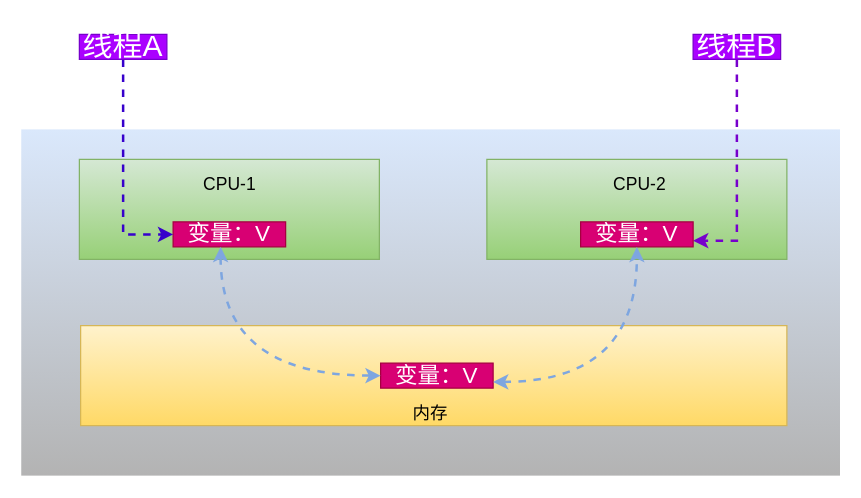
This is page "第 2 页" (2 of 5) of 并发编程的Bug源头/1.drawio from chenjiabing666/BlogImage, a draw.io file, before an edit. Source tidied: cells renumbered, new cells numbered last; positions are measured from the earlier drawing's top-left corner, leaving out a move shared by most shapes. Both pictures are drawn from the tidied source at 125%, with x=0, y=0 at pixel (20, 34).
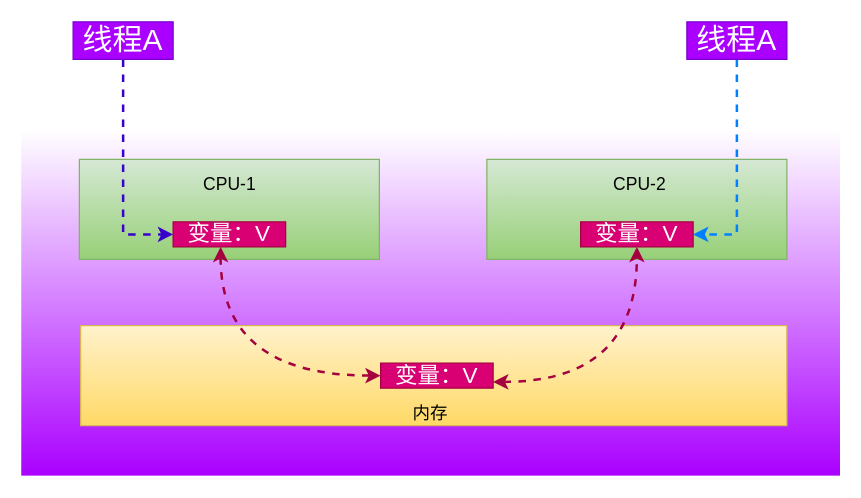
Above is the later version.

Diff of the diagram source:
```diff
@@
 <mxGraphModel>
   <root>
     <mxCell id="0" />
     <mxCell id="1" parent="0" />
-    <mxCell id="2" style="rounded=0;whiteSpace=wrap;html=1;gradientColor=#B3B3B3;fillColor=#dae8fc;strokeColor=none;" parent="1" vertex="1">
+    <mxCell id="2" style="rounded=0;whiteSpace=wrap;html=1;fillColor=#aa00ff;strokeColor=none;fontColor=#ffffff;gradientColor=#ffffff;gradientDirection=north;" parent="1" vertex="1">
       <mxGeometry x="0.5" y="76" width="655" height="277" as="geometry" />
     </mxCell>
     <mxCell id="3" style="rounded=0;whiteSpace=wrap;html=1;fillColor=#d5e8d4;strokeColor=#82b366;gradientColor=#97d077;" parent="1" vertex="1">
       <mxGeometry x="47" y="100" width="240" height="80" as="geometry" />
     </mxCell>
     <mxCell id="4" style="rounded=0;whiteSpace=wrap;html=1;fillColor=#d5e8d4;strokeColor=#82b366;gradientColor=#97d077;" parent="1" vertex="1">
       <mxGeometry x="373" y="100" width="240" height="80" as="geometry" />
     </mxCell>
     <mxCell id="5" style="rounded=0;whiteSpace=wrap;html=1;fillColor=#fff2cc;strokeColor=#d6b656;gradientColor=#ffd966;" parent="1" vertex="1">
       <mxGeometry x="48" y="233" width="565" height="80" as="geometry" />
     </mxCell>
     <mxCell id="6" value="&lt;font style=&quot;font-size: 14px&quot;&gt;CPU-1&lt;/font&gt;" style="text;html=1;strokeColor=none;fillColor=none;align=center;verticalAlign=middle;whiteSpace=wrap;rounded=0;" parent="1" vertex="1">
       <mxGeometry x="131.5" y="110" width="71" height="20" as="geometry" />
     </mxCell>
     <mxCell id="7" value="&lt;font style=&quot;font-size: 18px&quot;&gt;变量：V&lt;/font&gt;" style="text;html=1;strokeColor=#A50040;fillColor=#d80073;align=center;verticalAlign=middle;whiteSpace=wrap;rounded=0;fontColor=#ffffff;" parent="1" vertex="1">
       <mxGeometry x="122" y="150" width="90" height="20" as="geometry" />
     </mxCell>
     <mxCell id="8" value="&lt;font style=&quot;font-size: 18px&quot;&gt;变量：V&lt;/font&gt;" style="text;html=1;strokeColor=#A50040;fillColor=#d80073;align=center;verticalAlign=middle;whiteSpace=wrap;rounded=0;fontColor=#ffffff;" parent="1" vertex="1">
       <mxGeometry x="288" y="263" width="90" height="20" as="geometry" />
     </mxCell>
     <mxCell id="9" value="&lt;span style=&quot;font-size: 14px&quot;&gt;内存&lt;/span&gt;" style="text;html=1;strokeColor=none;fillColor=none;align=center;verticalAlign=middle;whiteSpace=wrap;rounded=0;" parent="1" vertex="1">
       <mxGeometry x="308" y="293" width="40" height="20" as="geometry" />
     </mxCell>
-    <mxCell id="10" style="edgeStyle=orthogonalEdgeStyle;rounded=0;jettySize=auto;html=1;entryX=0;entryY=0.5;entryDx=0;entryDy=0;dashed=1;strokeWidth=2;fillColor=#6a00ff;strokeColor=#3700CC;" parent="1" edge="1" source="11" target="7">
+    <mxCell id="10" style="edgeStyle=orthogonalEdgeStyle;rounded=0;jettySize=auto;html=1;entryX=0;entryY=0.5;entryDx=0;entryDy=0;dashed=1;strokeWidth=2;fillColor=#6a00ff;strokeColor=#3700CC;" parent="1" edge="1" target="7">
       <mxGeometry relative="1" as="geometry">
+        <mxPoint x="82" y="20" as="sourcePoint" />
         <Array as="points">
           <mxPoint x="82" y="160" />
         </Array>
       </mxGeometry>
     </mxCell>
-    <mxCell id="11" value="&lt;font style=&quot;font-size: 24px&quot;&gt;线程A&lt;/font&gt;" style="text;html=1;strokeColor=#7700CC;fillColor=#aa00ff;align=center;verticalAlign=middle;whiteSpace=wrap;rounded=0;fontColor=#ffffff;" parent="1" vertex="1">
-      <mxGeometry x="47" width="70" height="20" as="geometry" />
-    </mxCell>
-    <mxCell id="12" style="edgeStyle=orthogonalEdgeStyle;rounded=0;jettySize=auto;html=1;entryX=1;entryY=0.75;entryDx=0;entryDy=0;dashed=1;strokeWidth=2;fillColor=#aa00ff;strokeColor=#7700CC;" parent="1" edge="1" source="13" target="15">
-      <mxGeometry relative="1" as="geometry" />
-    </mxCell>
-    <mxCell id="13" value="&lt;font style=&quot;font-size: 24px&quot;&gt;线程B&lt;/font&gt;" style="text;html=1;strokeColor=#7700CC;fillColor=#aa00ff;align=center;verticalAlign=middle;whiteSpace=wrap;rounded=0;fontColor=#ffffff;" parent="1" vertex="1">
-      <mxGeometry x="538" width="70" height="20" as="geometry" />
-    </mxCell>
     <mxCell id="14" value="&lt;font style=&quot;font-size: 14px&quot;&gt;CPU-2&lt;/font&gt;" style="text;html=1;strokeColor=none;fillColor=none;align=center;verticalAlign=middle;whiteSpace=wrap;rounded=0;" parent="1" vertex="1">
       <mxGeometry x="473" y="110" width="45" height="20" as="geometry" />
     </mxCell>
     <mxCell id="15" value="&lt;font style=&quot;font-size: 18px&quot;&gt;变量：V&lt;/font&gt;" style="text;html=1;strokeColor=#A50040;fillColor=#d80073;align=center;verticalAlign=middle;whiteSpace=wrap;rounded=0;fontColor=#ffffff;" parent="1" vertex="1">
       <mxGeometry x="448" y="150" width="90" height="20" as="geometry" />
     </mxCell>
-    <mxCell id="16" style="endArrow=classic;startArrow=classic;html=1;dashed=1;strokeColor=#7EA6E0;strokeWidth=2;exitX=0.422;exitY=1;exitDx=0;exitDy=0;exitPerimeter=0;entryX=0;entryY=0.5;entryDx=0;entryDy=0;rounded=1;edgeStyle=orthogonalEdgeStyle;curved=1;" parent="1" edge="1" source="7" target="8">
+    <mxCell id="16" style="endArrow=classic;startArrow=classic;html=1;dashed=1;strokeColor=#A50040;strokeWidth=2;exitX=0.422;exitY=1;exitDx=0;exitDy=0;exitPerimeter=0;entryX=0;entryY=0.5;entryDx=0;entryDy=0;rounded=1;edgeStyle=orthogonalEdgeStyle;curved=1;fillColor=#d80073;" parent="1" edge="1" source="7" target="8">
       <mxGeometry relative="1" as="geometry" />
     </mxCell>
-    <mxCell id="17" style="endArrow=classic;startArrow=classic;html=1;dashed=1;strokeColor=#7EA6E0;strokeWidth=2;entryX=0.5;entryY=1;entryDx=0;entryDy=0;exitX=1;exitY=0.75;exitDx=0;exitDy=0;edgeStyle=orthogonalEdgeStyle;curved=1;" parent="1" edge="1" source="8" target="15">
+    <mxCell id="17" style="endArrow=classic;startArrow=classic;html=1;dashed=1;strokeColor=#A50040;strokeWidth=2;entryX=0.5;entryY=1;entryDx=0;entryDy=0;exitX=1;exitY=0.75;exitDx=0;exitDy=0;edgeStyle=orthogonalEdgeStyle;curved=1;fillColor=#d80073;" parent="1" edge="1" source="8" target="15">
       <mxGeometry relative="1" as="geometry" />
     </mxCell>
+    <mxCell id="18" value="&lt;font style=&quot;font-size: 24px&quot;&gt;线程A&lt;/font&gt;" style="rounded=0;whiteSpace=wrap;html=1;fillColor=#aa00ff;strokeColor=#7700CC;fontColor=#ffffff;" parent="1" vertex="1">
+      <mxGeometry x="42" y="-10" width="80" height="30" as="geometry" />
+    </mxCell>
+    <mxCell id="19" style="edgeStyle=orthogonalEdgeStyle;rounded=0;jettySize=auto;html=1;entryX=1;entryY=0.5;entryDx=0;entryDy=0;dashed=1;strokeColor=#007FFF;strokeWidth=2;" parent="1" edge="1" source="20" target="15">
+      <mxGeometry relative="1" as="geometry" />
+    </mxCell>
+    <mxCell id="20" value="&lt;font style=&quot;font-size: 24px&quot;&gt;线程A&lt;/font&gt;" style="rounded=0;whiteSpace=wrap;html=1;fillColor=#aa00ff;strokeColor=#7700CC;fontColor=#ffffff;" parent="1" vertex="1">
+      <mxGeometry x="533" y="-10" width="80" height="30" as="geometry" />
+    </mxCell>
   </root>
 </mxGraphModel>
```
